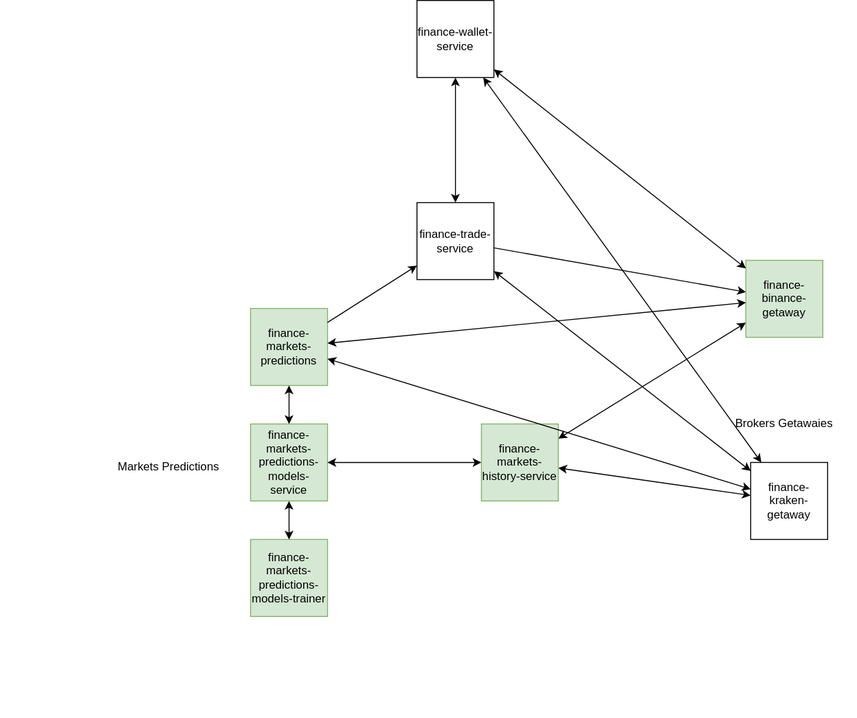
Earlier version of the draw.io export graphs/overView.drawio.svg (orlinzer/finance-documentation). Source tidied: cells renumbered, new cells last; positions are measured from the earlier drawing's top-left corner, leaving out a move shared by most shapes.
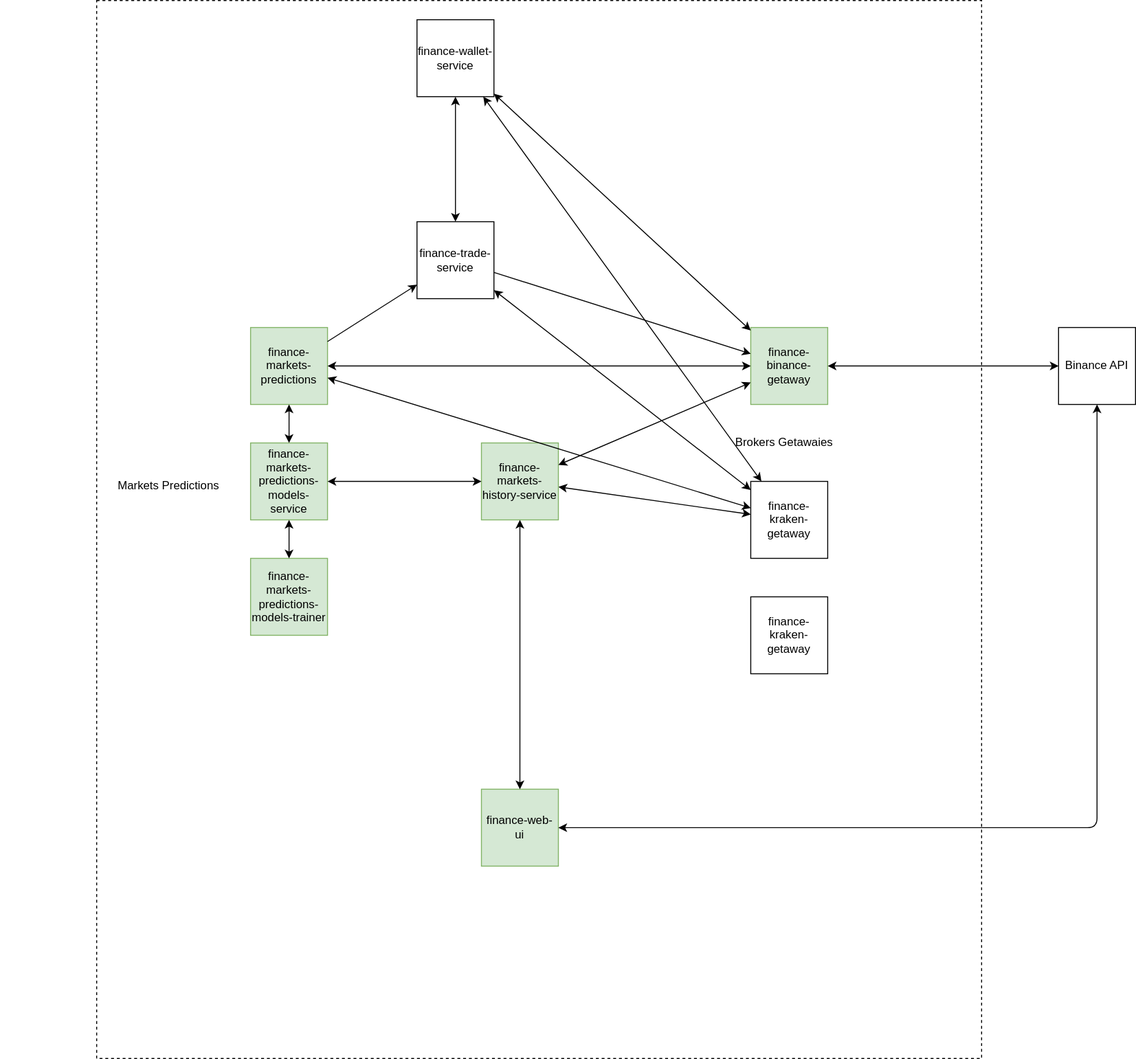
Later version of the same file.

Commit message:
Enhance overview diagram by adjusting dimensions and adding UI label

Diff of the diagram source:
```diff
@@ -2,6 +2,9 @@
   <root>
     <mxCell id="0" />
     <mxCell id="1" parent="0" />
+    <mxCell id="25" style="rounded=0;whiteSpace=wrap;html=1;dashed=1;fillColor=none;" parent="1" vertex="1">
+      <mxGeometry x="100" y="-20" width="920" height="1100" as="geometry" />
+    </mxCell>
     <mxCell id="2" value="Markets Predictions" style="text;html=1;align=center;verticalAlign=middle;whiteSpace=wrap;rounded=0;" parent="1" vertex="1">
       <mxGeometry y="225" width="350" height="520" as="geometry" />
     </mxCell>
@@ -9,7 +12,7 @@
       <mxGeometry x="740" y="180" width="150" height="520" as="geometry" />
     </mxCell>
     <mxCell id="4" value="finance-binance-getaway" style="whiteSpace=wrap;html=1;fillColor=#d5e8d4;strokeColor=#82b366;" parent="1" vertex="1">
-      <mxGeometry x="775" y="270" width="80" height="80" as="geometry" />
+      <mxGeometry x="780" y="320" width="80" height="80" as="geometry" />
     </mxCell>
     <mxCell id="5" value="finance-kraken-getaway" style="whiteSpace=wrap;html=1;" parent="1" vertex="1">
       <mxGeometry x="780" y="480" width="80" height="80" as="geometry" />
@@ -71,5 +74,23 @@
     <mxCell id="24" style="endArrow=classic;startArrow=classic;html=1;" parent="1" edge="1" source="17" target="4">
       <mxGeometry relative="1" as="geometry" />
     </mxCell>
+    <mxCell id="26" value="finance-kraken-getaway" style="whiteSpace=wrap;html=1;" parent="1" vertex="1">
+      <mxGeometry x="780" y="600" width="80" height="80" as="geometry" />
+    </mxCell>
+    <mxCell id="27" value="finance-web-ui" style="whiteSpace=wrap;html=1;fillColor=#d5e8d4;strokeColor=#82b366;" parent="1" vertex="1">
+      <mxGeometry x="500" y="800" width="80" height="80" as="geometry" />
+    </mxCell>
+    <mxCell id="28" value="Binance API" style="whiteSpace=wrap;html=1;" parent="1" vertex="1">
+      <mxGeometry x="1100" y="320" width="80" height="80" as="geometry" />
+    </mxCell>
+    <mxCell id="29" style="endArrow=classic;startArrow=classic;html=1;" parent="1" edge="1" source="4" target="28">
+      <mxGeometry relative="1" as="geometry" />
+    </mxCell>
+    <mxCell id="30" style="endArrow=classic;startArrow=classic;html=1;edgeStyle=orthogonalEdgeStyle;" parent="1" edge="1" source="27" target="28">
+      <mxGeometry relative="1" as="geometry" />
+    </mxCell>
+    <mxCell id="31" style="endArrow=classic;startArrow=classic;html=1;edgeStyle=orthogonalEdgeStyle;" parent="1" edge="1" source="27" target="13">
+      <mxGeometry relative="1" as="geometry" />
+    </mxCell>
   </root>
 </mxGraphModel>
```
